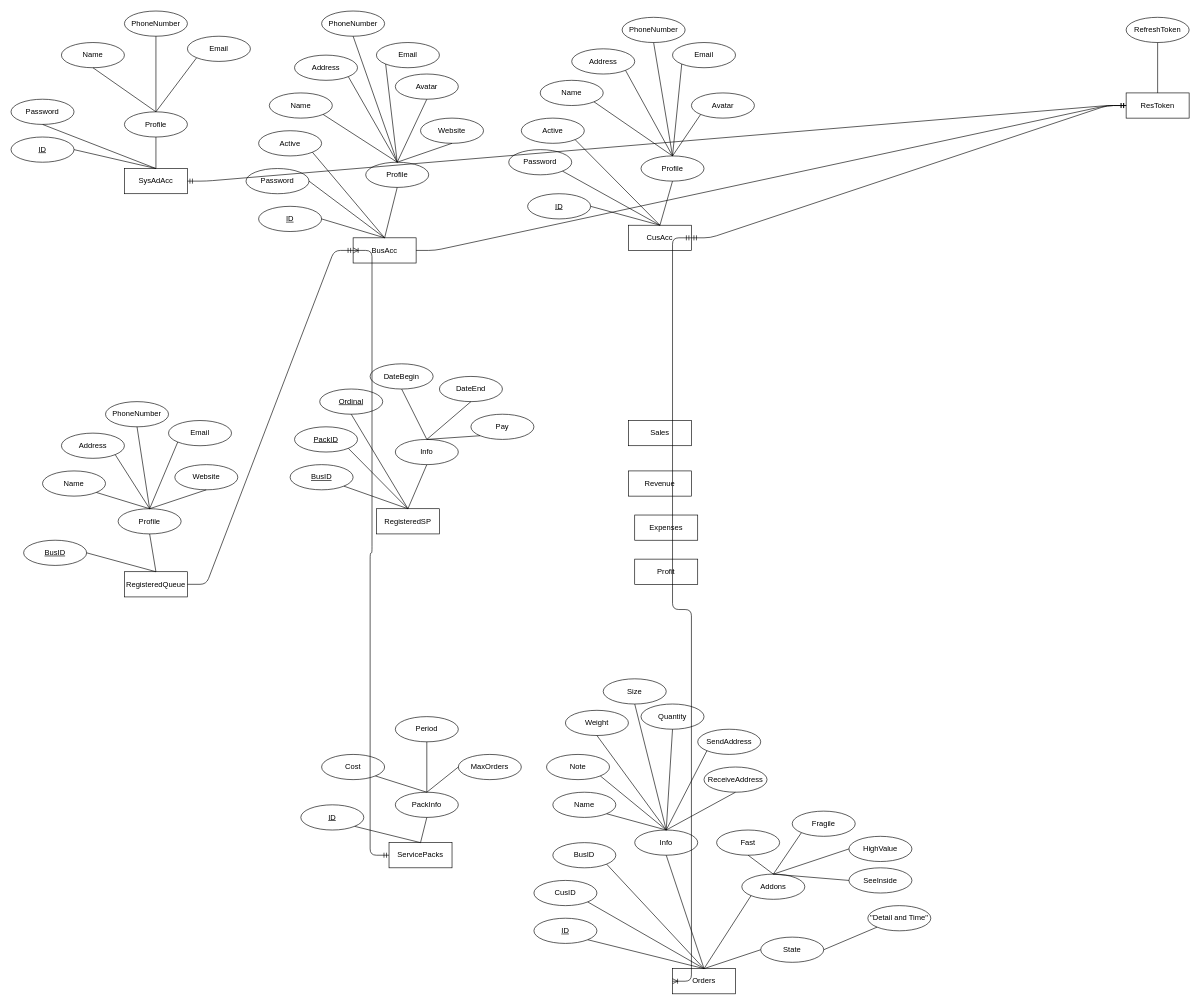
Above: ERD.drawio in dinhphu28/tmp (draw.io), before the change. Source tidied: cells renumbered, new cells numbered last; positions are measured from the earlier drawing's top-left corner, leaving out a move shared by most shapes. Both pictures are drawn from the tidied source at 63%, with x=0, y=0 at pixel (11, 11).
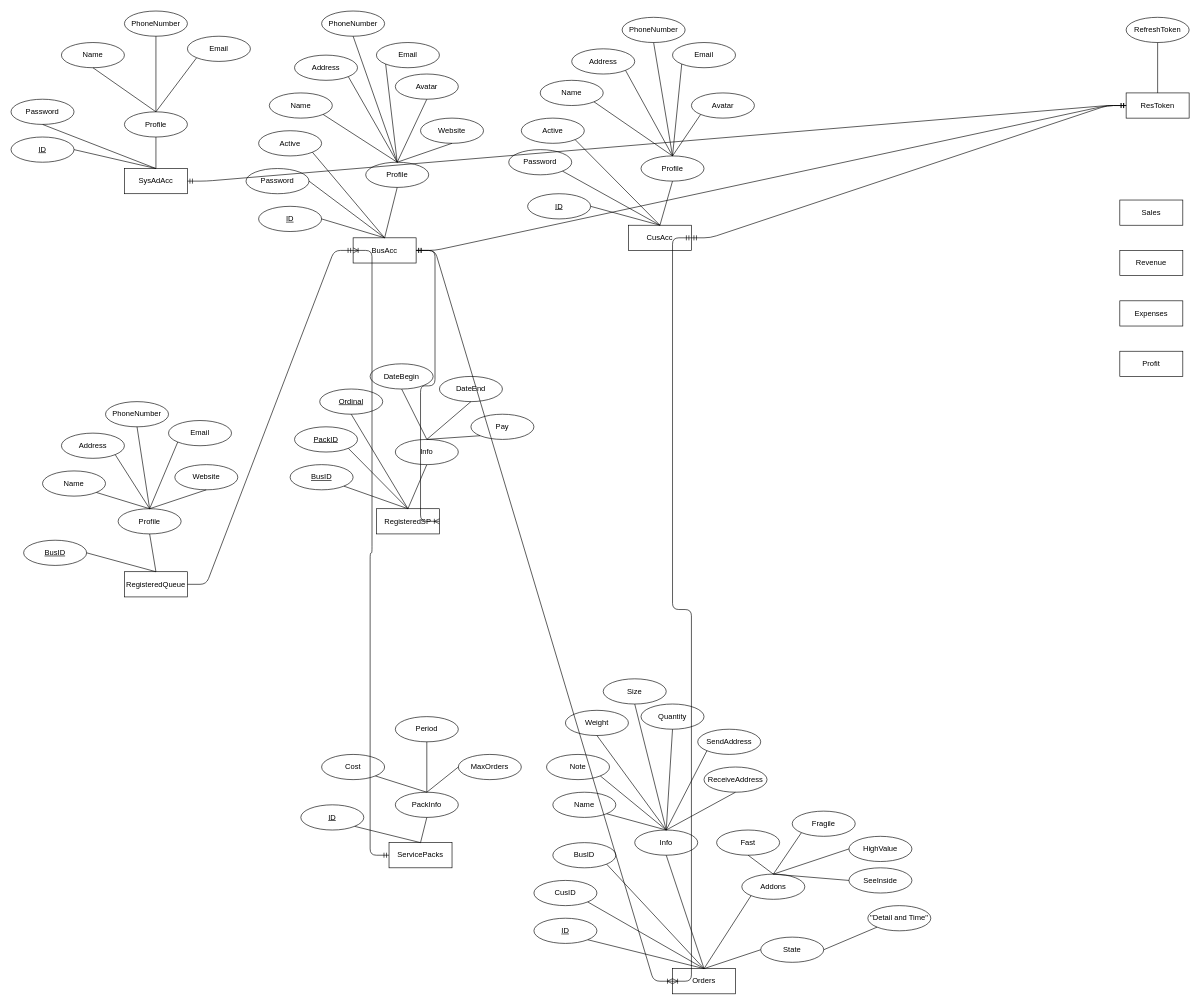
Above is the later version.

The change refers to these unchanged cells:
```xml
<mxCell id="4" value="BusAcc" style="whiteSpace=wrap;html=1;align=center;" parent="1" vertex="1">
  <mxGeometry x="543" y="360" width="100" height="40" as="geometry" />
</mxCell>
<mxCell id="8" value="Orders" style="whiteSpace=wrap;html=1;align=center;" parent="1" vertex="1">
  <mxGeometry x="1050" y="1520" width="100" height="40" as="geometry" />
</mxCell>
<mxCell id="9" value="RegisteredSP" style="whiteSpace=wrap;html=1;align=center;" parent="1" vertex="1">
  <mxGeometry x="580" y="790" width="100" height="40" as="geometry" />
</mxCell>
```

Diff of the diagram source:
```diff
@@
     <mxCell id="10" value="Revenue" style="whiteSpace=wrap;html=1;align=center;" parent="1" vertex="1">
-      <mxGeometry x="980" y="730" width="100" height="40" as="geometry" />
+      <mxGeometry x="1760" y="380" width="100" height="40" as="geometry" />
     </mxCell>
     <mxCell id="11" value="Sales" style="whiteSpace=wrap;html=1;align=center;" parent="1" vertex="1">
-      <mxGeometry x="980" y="650" width="100" height="40" as="geometry" />
+      <mxGeometry x="1760" y="300" width="100" height="40" as="geometry" />
     </mxCell>
     <mxCell id="12" value="Expenses" style="whiteSpace=wrap;html=1;align=center;" parent="1" vertex="1">
-      <mxGeometry x="990" y="800" width="100" height="40" as="geometry" />
+      <mxGeometry x="1760" y="460" width="100" height="40" as="geometry" />
     </mxCell>
     <mxCell id="13" value="Profit" style="whiteSpace=wrap;html=1;align=center;" parent="1" vertex="1">
-      <mxGeometry x="990" y="870" width="100" height="40" as="geometry" />
+      <mxGeometry x="1760" y="540" width="100" height="40" as="geometry" />
     </mxCell>
@@
+    <mxCell id="146" style="edgeStyle=entityRelationEdgeStyle;fontSize=12;html=1;endArrow=ERoneToMany;startArrow=ERmandOne;exitX=1;exitY=0.5;exitDx=0;exitDy=0;entryX=1;entryY=0.5;entryDx=0;entryDy=0;" parent="1" edge="1" source="4" target="9">
+      <mxGeometry relative="1" as="geometry" />
+    </mxCell>
+    <mxCell id="147" style="edgeStyle=entityRelationEdgeStyle;fontSize=12;html=1;endArrow=ERoneToMany;startArrow=ERmandOne;entryX=0;entryY=0.5;entryDx=0;entryDy=0;exitX=1;exitY=0.5;exitDx=0;exitDy=0;" parent="1" edge="1" source="4" target="8">
+      <mxGeometry relative="1" as="geometry" />
+    </mxCell>
```
